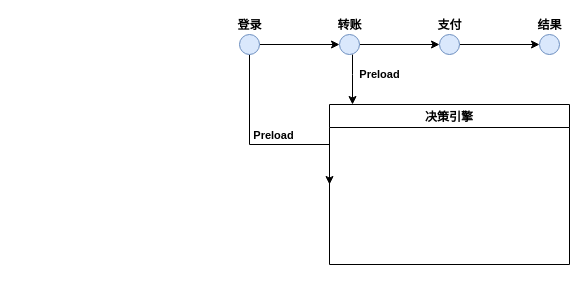
This is 未命名绘图.drawio from JackyMoto/risk_antifrud, a draw.io file, before an edit. Source tidied: cells renumbered, new cells numbered last; positions are measured from the earlier drawing's top-left corner, leaving out a move shared by most shapes. Both pictures are drawn from the tidied source at 100%, with x=0, y=0 at pixel (239, 34).
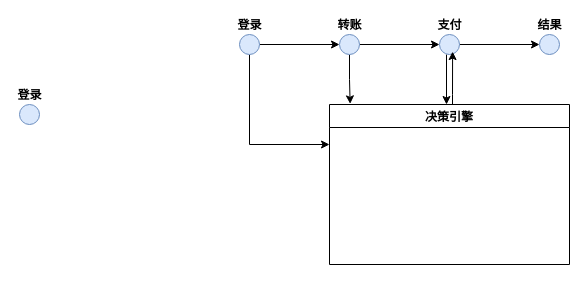
The same diagram, later.

Commit message (it also covers changes not shown here):
更新未命名绘图.drawio

Change to the diagram source:
```diff
@@
 <mxGraphModel>
   <root>
     <mxCell id="0" />
     <mxCell id="1" parent="0" />
     <mxCell id="2" style="edgeStyle=orthogonalEdgeStyle;rounded=0;jettySize=auto;html=1;" parent="1" edge="1" source="5" target="8">
       <mxGeometry relative="1" as="geometry" />
     </mxCell>
-    <mxCell id="3" style="edgeStyle=orthogonalEdgeStyle;rounded=0;jettySize=auto;html=1;entryX=0;entryY=0.5;entryDx=0;entryDy=0;exitX=0.5;exitY=1;exitDx=0;exitDy=0;" parent="1" edge="1" source="5" target="12">
+    <mxCell id="3" style="edgeStyle=orthogonalEdgeStyle;rounded=0;jettySize=auto;html=1;entryX=0;entryY=0.25;entryDx=0;entryDy=0;exitX=0.5;exitY=1;exitDx=0;exitDy=0;" parent="1" edge="1" source="5" target="12">
       <mxGeometry relative="1" as="geometry">
         <Array as="points">
           <mxPoint x="10" y="110" />
-          <mxPoint x="90" y="110" />
         </Array>
       </mxGeometry>
     </mxCell>
-    <mxCell id="4" value="Preload" style="edgeLabel;html=1;align=center;verticalAlign=middle;fontStyle=1;" parent="3" vertex="1">
-      <mxGeometry x="-0.09" y="-1" relative="1" as="geometry">
-        <mxPoint x="17" y="-11" as="offset" />
-      </mxGeometry>
-    </mxCell>
     <mxCell id="5" value="&lt;b&gt;登录&lt;/b&gt;" style="ellipse;html=1;verticalAlign=bottom;labelPosition=center;verticalLabelPosition=top;align=center;fillColor=#dae8fc;strokeColor=#6c8ebf;" parent="1" vertex="1">
       <mxGeometry width="20" height="20" as="geometry" />
     </mxCell>
     <mxCell id="6" style="edgeStyle=orthogonalEdgeStyle;rounded=0;jettySize=auto;html=1;" parent="1" edge="1" source="8" target="10">
       <mxGeometry relative="1" as="geometry" />
     </mxCell>
-    <mxCell id="7" value="Preload" style="edgeStyle=orthogonalEdgeStyle;rounded=0;orthogonalLoop=1;jettySize=auto;html=1;fontStyle=1;" parent="1" edge="1">
-      <mxGeometry x="-0.2" y="27" relative="1" as="geometry">
-        <mxPoint x="113" y="20" as="sourcePoint" />
-        <mxPoint x="113" y="70" as="targetPoint" />
-        <Array as="points">
-          <mxPoint x="113" y="40" />
-          <mxPoint x="113" y="40" />
-        </Array>
-      </mxGeometry>
-    </mxCell>
+    <mxCell id="13" style="edgeStyle=orthogonalEdgeStyle;rounded=0;jettySize=auto;html=1;entryX=0.086;entryY=-0.004;entryDx=0;entryDy=0;entryPerimeter=0;" parent="1" edge="1" source="8" target="12">
+      <mxGeometry relative="1" as="geometry" />
+    </mxCell>
     <mxCell id="8" value="&lt;b&gt;转账&lt;/b&gt;" style="ellipse;html=1;verticalAlign=bottom;labelPosition=center;verticalLabelPosition=top;align=center;fillColor=#dae8fc;strokeColor=#6c8ebf;" parent="1" vertex="1">
       <mxGeometry x="100" width="20" height="20" as="geometry" />
     </mxCell>
     <mxCell id="9" style="edgeStyle=orthogonalEdgeStyle;rounded=0;jettySize=auto;html=1;" parent="1" edge="1" source="10" target="11">
       <mxGeometry relative="1" as="geometry" />
     </mxCell>
+    <mxCell id="14" style="edgeStyle=orthogonalEdgeStyle;rounded=0;orthogonalLoop=1;jettySize=auto;html=1;entryX=0.5;entryY=0;entryDx=0;entryDy=0;" parent="1" edge="1">
+      <mxGeometry relative="1" as="geometry">
+        <mxPoint x="207" y="20" as="sourcePoint" />
+        <mxPoint x="207" y="70" as="targetPoint" />
+      </mxGeometry>
+    </mxCell>
     <mxCell id="10" value="&lt;b&gt;支付&lt;/b&gt;" style="ellipse;html=1;verticalAlign=bottom;labelPosition=center;verticalLabelPosition=top;align=center;fillColor=#dae8fc;strokeColor=#6c8ebf;" parent="1" vertex="1">
       <mxGeometry x="200" width="20" height="20" as="geometry" />
     </mxCell>
     <mxCell id="11" value="&lt;b&gt;结果&lt;/b&gt;" style="ellipse;html=1;verticalAlign=bottom;labelPosition=center;verticalLabelPosition=top;align=center;fillColor=#dae8fc;strokeColor=#6c8ebf;" parent="1" vertex="1">
       <mxGeometry x="300" width="20" height="20" as="geometry" />
     </mxCell>
+    <mxCell id="15" style="edgeStyle=orthogonalEdgeStyle;rounded=0;orthogonalLoop=1;jettySize=auto;html=1;entryX=1;entryY=1;entryDx=0;entryDy=0;" parent="1" edge="1">
+      <mxGeometry relative="1" as="geometry">
+        <mxPoint x="213" y="70" as="sourcePoint" />
+        <mxPoint x="213.1" y="17.1" as="targetPoint" />
+        <Array as="points">
+          <mxPoint x="213" y="60" />
+          <mxPoint x="213" y="60" />
+        </Array>
+      </mxGeometry>
+    </mxCell>
     <mxCell id="12" value="决策引擎" style="swimlane;" parent="1" vertex="1">
       <mxGeometry x="90" y="70" width="240" height="160" as="geometry" />
     </mxCell>
+    <mxCell id="16" value="&lt;b&gt;登录&lt;/b&gt;" style="ellipse;html=1;verticalAlign=bottom;labelPosition=center;verticalLabelPosition=top;align=center;fillColor=#dae8fc;strokeColor=#6c8ebf;" parent="1" vertex="1">
+      <mxGeometry x="-220" y="70" width="20" height="20" as="geometry" />
+    </mxCell>
   </root>
 </mxGraphModel>
```
